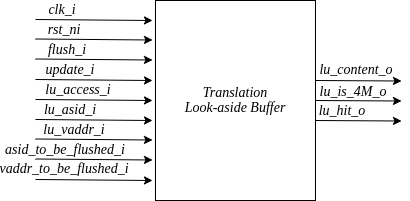
The draw.io diagram docs/04_cv32a6_design/images/in_out_tlb.png in openhwgroup/cva6, before a commit. Source tidied: cells renumbered, new cells last; positions are measured from the earlier drawing's top-left corner, leaving out a move shared by most shapes.
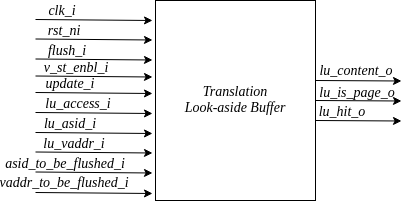
After the commit.

Change to the diagram source:
```diff
@@ -25,38 +25,38 @@
     </mxCell>
     <mxCell id="6" style="endArrow=classic;html=1;rounded=0;entryX=-0.015;entryY=0.092;entryDx=0;entryDy=0;entryPerimeter=0;" parent="1" edge="1">
       <mxGeometry relative="1" as="geometry">
-        <mxPoint y="79" as="sourcePoint" />
-        <mxPoint x="117" y="80" as="targetPoint" />
+        <mxPoint y="92" as="sourcePoint" />
+        <mxPoint x="117" y="93" as="targetPoint" />
       </mxGeometry>
     </mxCell>
     <mxCell id="7" style="endArrow=classic;html=1;rounded=0;entryX=-0.015;entryY=0.092;entryDx=0;entryDy=0;entryPerimeter=0;" parent="1" edge="1">
       <mxGeometry relative="1" as="geometry">
-        <mxPoint y="99" as="sourcePoint" />
-        <mxPoint x="117" y="100" as="targetPoint" />
+        <mxPoint y="112" as="sourcePoint" />
+        <mxPoint x="117" y="113" as="targetPoint" />
       </mxGeometry>
     </mxCell>
     <mxCell id="8" style="endArrow=classic;html=1;rounded=0;entryX=-0.015;entryY=0.092;entryDx=0;entryDy=0;entryPerimeter=0;" parent="1" edge="1">
       <mxGeometry relative="1" as="geometry">
-        <mxPoint y="119" as="sourcePoint" />
-        <mxPoint x="117" y="120" as="targetPoint" />
+        <mxPoint y="132" as="sourcePoint" />
+        <mxPoint x="117" y="133" as="targetPoint" />
       </mxGeometry>
     </mxCell>
     <mxCell id="9" style="endArrow=classic;html=1;rounded=0;entryX=-0.015;entryY=0.092;entryDx=0;entryDy=0;entryPerimeter=0;" parent="1" edge="1">
       <mxGeometry relative="1" as="geometry">
-        <mxPoint y="138.5" as="sourcePoint" />
-        <mxPoint x="117" y="139.5" as="targetPoint" />
+        <mxPoint y="151.5" as="sourcePoint" />
+        <mxPoint x="117" y="152.5" as="targetPoint" />
       </mxGeometry>
     </mxCell>
     <mxCell id="10" style="endArrow=classic;html=1;rounded=0;entryX=-0.015;entryY=0.092;entryDx=0;entryDy=0;entryPerimeter=0;" parent="1" edge="1">
       <mxGeometry relative="1" as="geometry">
-        <mxPoint y="158.5" as="sourcePoint" />
-        <mxPoint x="117" y="159.5" as="targetPoint" />
+        <mxPoint y="171.5" as="sourcePoint" />
+        <mxPoint x="117" y="172.5" as="targetPoint" />
       </mxGeometry>
     </mxCell>
     <mxCell id="11" style="endArrow=classic;html=1;rounded=0;entryX=-0.015;entryY=0.092;entryDx=0;entryDy=0;entryPerimeter=0;" parent="1" edge="1">
       <mxGeometry relative="1" as="geometry">
-        <mxPoint y="179" as="sourcePoint" />
-        <mxPoint x="117" y="180" as="targetPoint" />
+        <mxPoint y="192" as="sourcePoint" />
+        <mxPoint x="117" y="193" as="targetPoint" />
       </mxGeometry>
     </mxCell>
     <mxCell id="12" style="endArrow=classic;html=1;rounded=0;" parent="1" edge="1">
@@ -87,31 +87,40 @@
       <mxGeometry x="22" y="45" width="20" height="10" as="geometry" />
     </mxCell>
     <mxCell id="18" value="update_i" style="text;html=1;strokeColor=none;fillColor=none;align=center;verticalAlign=middle;whiteSpace=wrap;rounded=0;fontSize=14;fontStyle=2;fontFamily=Times New Roman;" parent="1" vertex="1">
-      <mxGeometry x="25" y="65" width="20" height="10" as="geometry" />
+      <mxGeometry x="25" y="78" width="20" height="10" as="geometry" />
     </mxCell>
     <mxCell id="19" value="lu_access_i" style="text;html=1;strokeColor=none;fillColor=none;align=center;verticalAlign=middle;whiteSpace=wrap;rounded=0;fontSize=14;fontStyle=2;fontFamily=Times New Roman;" parent="1" vertex="1">
-      <mxGeometry x="33" y="85" width="20" height="10" as="geometry" />
+      <mxGeometry x="33" y="98" width="20" height="10" as="geometry" />
     </mxCell>
     <mxCell id="20" value="lu_asid_i" style="text;html=1;strokeColor=none;fillColor=none;align=center;verticalAlign=middle;whiteSpace=wrap;rounded=0;fontSize=14;fontStyle=2;fontFamily=Times New Roman;" parent="1" vertex="1">
-      <mxGeometry x="25" y="107" width="20" height="5" as="geometry" />
+      <mxGeometry x="25" y="120" width="20" height="5" as="geometry" />
     </mxCell>
     <mxCell id="21" value="lu_vaddr_i" style="text;html=1;strokeColor=none;fillColor=none;align=center;verticalAlign=middle;whiteSpace=wrap;rounded=0;fontSize=14;fontStyle=2;fontFamily=Times New Roman;" parent="1" vertex="1">
-      <mxGeometry x="29" y="125" width="20" height="10" as="geometry" />
+      <mxGeometry x="29" y="138" width="20" height="10" as="geometry" />
     </mxCell>
     <mxCell id="22" value="asid_to_be_flushed_i" style="text;html=1;strokeColor=none;fillColor=none;align=center;verticalAlign=middle;whiteSpace=wrap;rounded=0;fontSize=14;fontStyle=2;fontFamily=Times New Roman;" parent="1" vertex="1">
-      <mxGeometry x="20" y="145" width="20" height="10" as="geometry" />
+      <mxGeometry x="20" y="158" width="20" height="10" as="geometry" />
     </mxCell>
     <mxCell id="23" value="vaddr_to_be_flushed_i" style="text;html=1;strokeColor=none;fillColor=none;align=center;verticalAlign=middle;whiteSpace=wrap;rounded=0;fontSize=14;fontStyle=2;fontFamily=Times New Roman;" parent="1" vertex="1">
-      <mxGeometry x="19" y="164" width="20" height="10" as="geometry" />
+      <mxGeometry x="19" y="177" width="20" height="10" as="geometry" />
     </mxCell>
     <mxCell id="24" value="lu_content_o" style="text;html=1;strokeColor=none;fillColor=none;align=center;verticalAlign=middle;whiteSpace=wrap;rounded=0;fontSize=14;fontStyle=2;fontFamily=Times New Roman;" parent="1" vertex="1">
       <mxGeometry x="311" y="65" width="20" height="10" as="geometry" />
     </mxCell>
-    <mxCell id="25" value="lu_is_4M_o" style="text;html=1;strokeColor=none;fillColor=none;align=center;verticalAlign=middle;whiteSpace=wrap;rounded=0;fontSize=14;fontStyle=2;fontFamily=Times New Roman;" parent="1" vertex="1">
-      <mxGeometry x="308" y="89" width="20" height="5" as="geometry" />
+    <mxCell id="25" value="lu_is_page_o" style="text;html=1;strokeColor=none;fillColor=none;align=center;verticalAlign=middle;whiteSpace=wrap;rounded=0;fontSize=14;fontStyle=2;fontFamily=Times New Roman;" parent="1" vertex="1">
+      <mxGeometry x="312" y="89" width="20" height="5" as="geometry" />
     </mxCell>
     <mxCell id="26" value="lu_hit_o" style="text;html=1;strokeColor=none;fillColor=none;align=center;verticalAlign=middle;whiteSpace=wrap;rounded=0;fontSize=14;fontStyle=2;fontFamily=Times New Roman;" parent="1" vertex="1">
       <mxGeometry x="297" y="106" width="20" height="10" as="geometry" />
     </mxCell>
+    <mxCell id="27" style="endArrow=classic;html=1;rounded=0;entryX=-0.015;entryY=0.092;entryDx=0;entryDy=0;entryPerimeter=0;" parent="1" edge="1">
+      <mxGeometry relative="1" as="geometry">
+        <mxPoint y="75.5" as="sourcePoint" />
+        <mxPoint x="117" y="76.5" as="targetPoint" />
+      </mxGeometry>
+    </mxCell>
+    <mxCell id="28" value="v_st_enbl_i" style="text;html=1;strokeColor=none;fillColor=none;align=center;verticalAlign=middle;whiteSpace=wrap;rounded=0;fontSize=14;fontStyle=2;fontFamily=Times New Roman;" parent="1" vertex="1">
+      <mxGeometry x="31" y="62" width="20" height="10" as="geometry" />
+    </mxCell>
   </root>
 </mxGraphModel>
```
